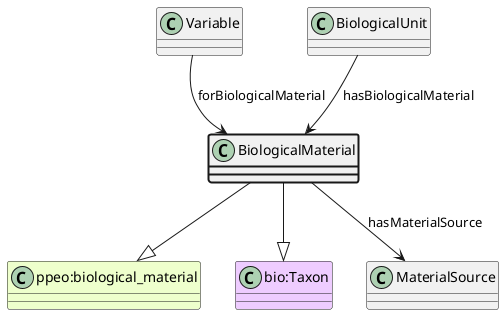
aus-plant-phenomics-network/appn-schema keeps this PlantUML diagram as ttl_uml/ttl_appn_BiologicalMaterial.png. Above is the earlier version.
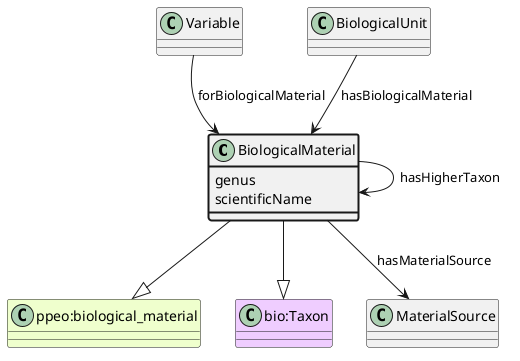
After the commit.

Change to the diagram source:
```diff
@@ -8,6 +8,13 @@
 Variable --> BiologicalMaterial : forBiologicalMaterial
 class BiologicalUnit
 BiologicalUnit --> BiologicalMaterial : hasBiologicalMaterial
+BiologicalMaterial --> BiologicalMaterial : hasHigherTaxon
 class MaterialSource
 BiologicalMaterial --> MaterialSource : hasMaterialSource
+class BiologicalMaterial #line.bold {
+    genus
+}
+class BiologicalMaterial #line.bold {
+    scientificName
+}
 @enduml
```
